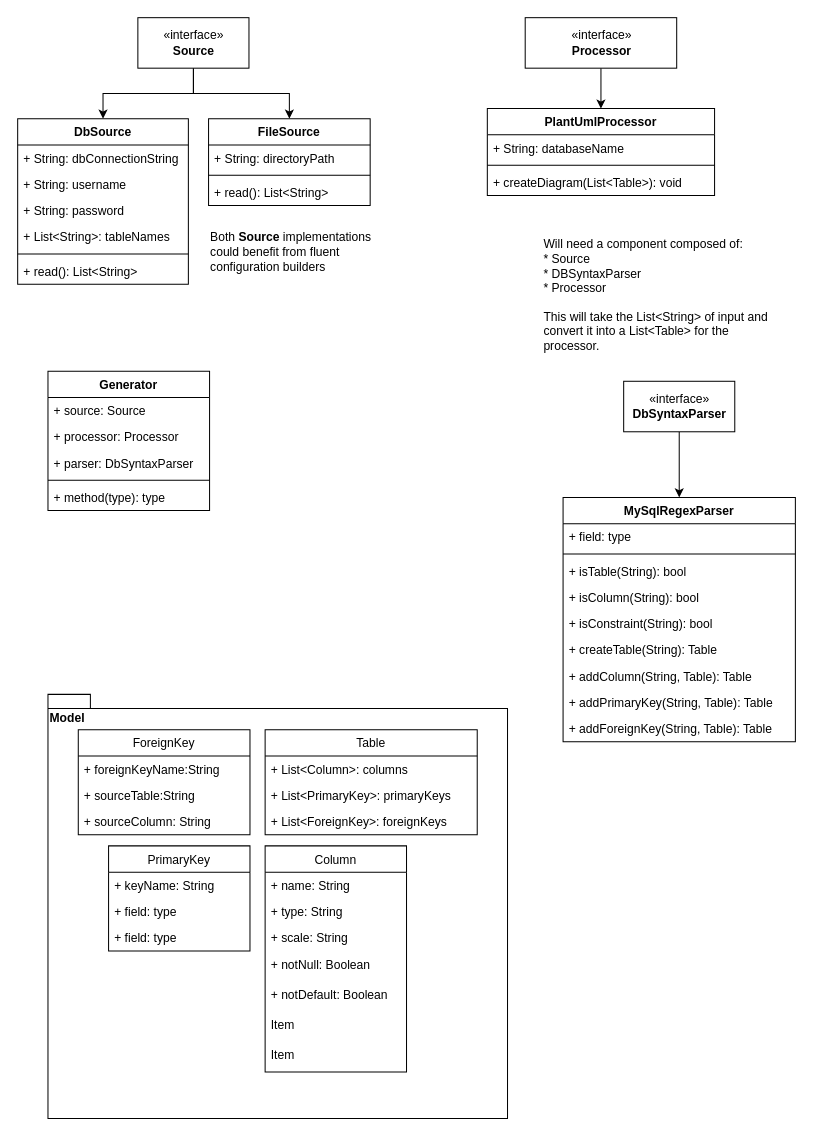
ahopgood/db-diagram keeps this draw.io diagram as page "Target Structure" (2 of 3) of db-diagram.drawio. Above is the earlier version. Source tidied: cells renumbered, new cells numbered last; positions are measured from the earlier drawing's top-left corner, leaving out a move shared by most shapes. Both pictures are drawn from the tidied source at 101%, with x=0, y=0 at pixel (17, 17).
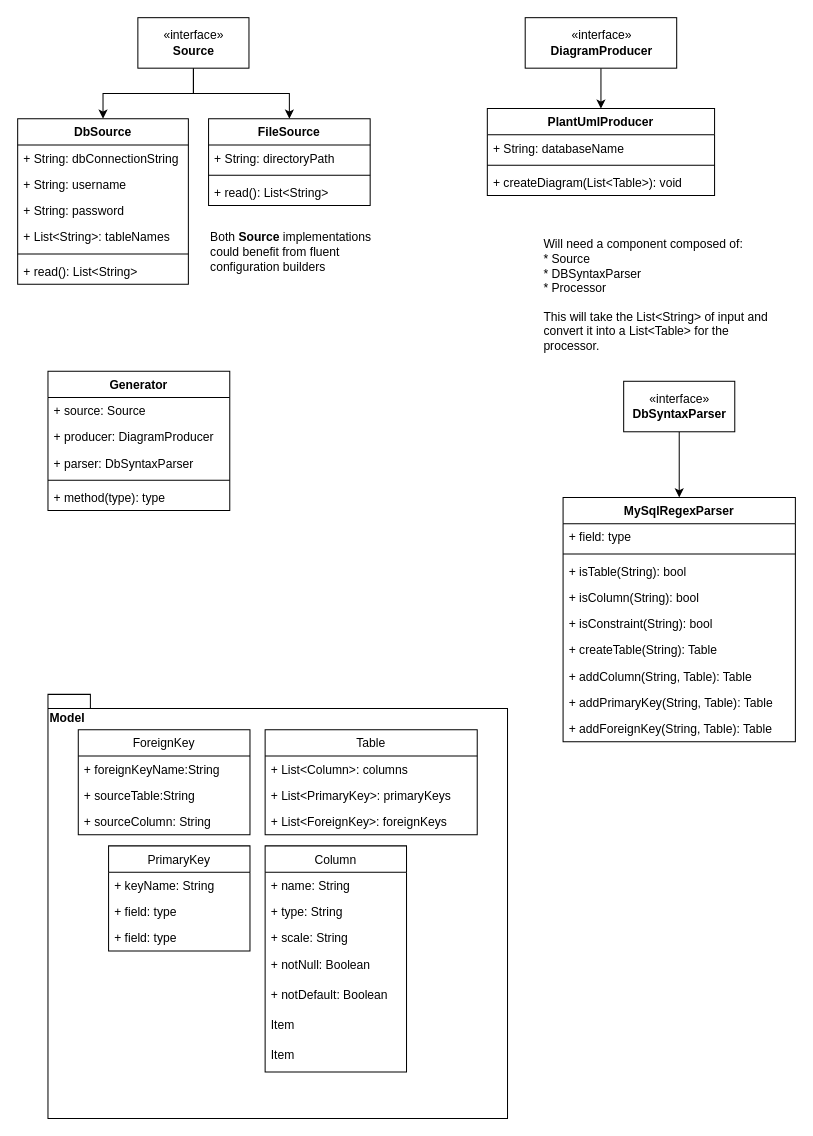
The same page after the edit.

The edit, as a diff of the source:
```diff
@@
-    <mxCell id="19" value="«interface»&lt;br&gt;&lt;b&gt;Processor&lt;/b&gt;" style="html=1;align=center;" parent="1" vertex="1">
+    <mxCell id="19" value="«interface»&lt;br&gt;&lt;b&gt;DiagramProducer&lt;/b&gt;" style="html=1;align=center;" parent="1" vertex="1">
       <mxGeometry x="502.5" width="150" height="50" as="geometry" />
     </mxCell>
-    <mxCell id="20" value="PlantUmlProcessor" style="swimlane;fontStyle=1;align=center;verticalAlign=top;horizontal=1;startSize=26;" parent="1" vertex="1">
+    <mxCell id="20" value="PlantUmlProducer" style="swimlane;fontStyle=1;align=center;verticalAlign=top;horizontal=1;startSize=26;" parent="1" vertex="1">
       <mxGeometry x="465" y="90" width="225" height="86" as="geometry" />
     </mxCell>
@@
     <mxCell id="57" value="Generator" style="swimlane;fontStyle=1;align=center;verticalAlign=top;horizontal=1;startSize=26;" parent="1" vertex="1">
-      <mxGeometry x="30" y="350" width="160" height="138" as="geometry" />
+      <mxGeometry x="30" y="350" width="180" height="138" as="geometry" />
     </mxCell>
     <mxCell id="58" value="+ source: Source" style="text;strokeColor=none;fillColor=none;align=left;verticalAlign=top;spacingLeft=4;spacingRight=4;overflow=hidden;" parent="57" vertex="1">
-      <mxGeometry y="26" width="160" height="26" as="geometry" />
+      <mxGeometry y="26" width="180" height="26" as="geometry" />
     </mxCell>
-    <mxCell id="59" value="+ processor: Processor" style="text;strokeColor=none;fillColor=none;align=left;verticalAlign=top;spacingLeft=4;spacingRight=4;overflow=hidden;" parent="57" vertex="1">
-      <mxGeometry y="52" width="160" height="26" as="geometry" />
+    <mxCell id="59" value="+ producer: DiagramProducer" style="text;strokeColor=none;fillColor=none;align=left;verticalAlign=top;spacingLeft=4;spacingRight=4;overflow=hidden;" parent="57" vertex="1">
+      <mxGeometry y="52" width="180" height="26" as="geometry" />
     </mxCell>
     <mxCell id="60" value="+ parser: DbSyntaxParser" style="text;strokeColor=none;fillColor=none;align=left;verticalAlign=top;spacingLeft=4;spacingRight=4;overflow=hidden;" parent="57" vertex="1">
-      <mxGeometry y="78" width="160" height="26" as="geometry" />
+      <mxGeometry y="78" width="180" height="26" as="geometry" />
     </mxCell>
     <mxCell id="61" style="line;strokeWidth=1;fillColor=none;align=left;verticalAlign=middle;spacingTop=-1;spacingLeft=3;spacingRight=3;labelPosition=right;" parent="57" vertex="1">
-      <mxGeometry y="104" width="160" height="8" as="geometry" />
+      <mxGeometry y="104" width="180" height="8" as="geometry" />
     </mxCell>
     <mxCell id="62" value="+ method(type): type" style="text;strokeColor=none;fillColor=none;align=left;verticalAlign=top;spacingLeft=4;spacingRight=4;overflow=hidden;" parent="57" vertex="1">
-      <mxGeometry y="112" width="160" height="26" as="geometry" />
+      <mxGeometry y="112" width="180" height="26" as="geometry" />
     </mxCell>
```
